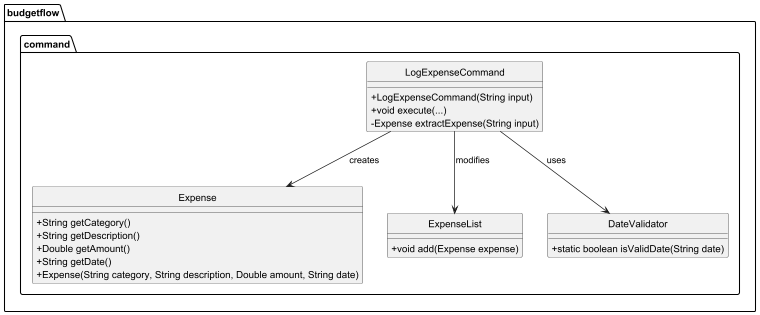
Above: docs/diagrams/log_expense_command_class_diagram.png in thienkimtranhoang/tp (PlantUML), before the change.
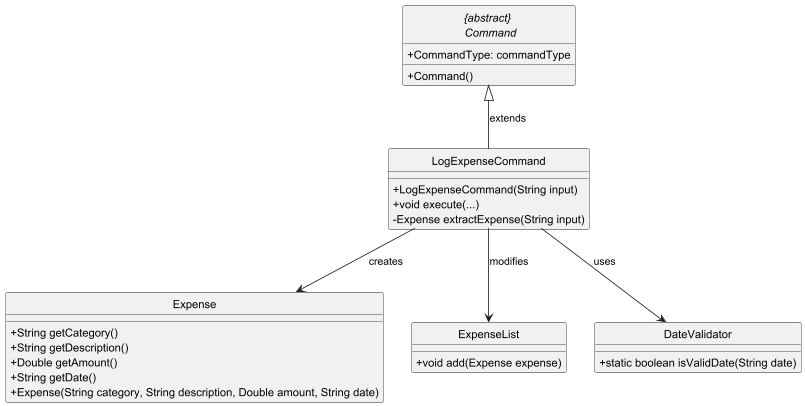
After the change.

Commit message:
fix issue in logExpenseCommandClass diagram

Change to the diagram source:
```diff
@@ -3,12 +3,17 @@
 hide circle
 skinparam classAttributeIconSize 0
 
-package "budgetflow.command" {
+
     class LogExpenseCommand {
         + LogExpenseCommand(String input)
         + void execute(...)
         - Expense extractExpense(String input)
 }
+
+    abstract class "{abstract} \n Command" {
+        + CommandType: commandType
+        + Command()
+    }
 
 class Expense {
     + String getCategory()
@@ -29,5 +34,6 @@
 LogExpenseCommand --> Expense : creates
 LogExpenseCommand --> ExpenseList : modifies
 LogExpenseCommand --> DateValidator : uses
+"{abstract} \n Command" <|-- LogExpenseCommand : extends
 
 @enduml
```
